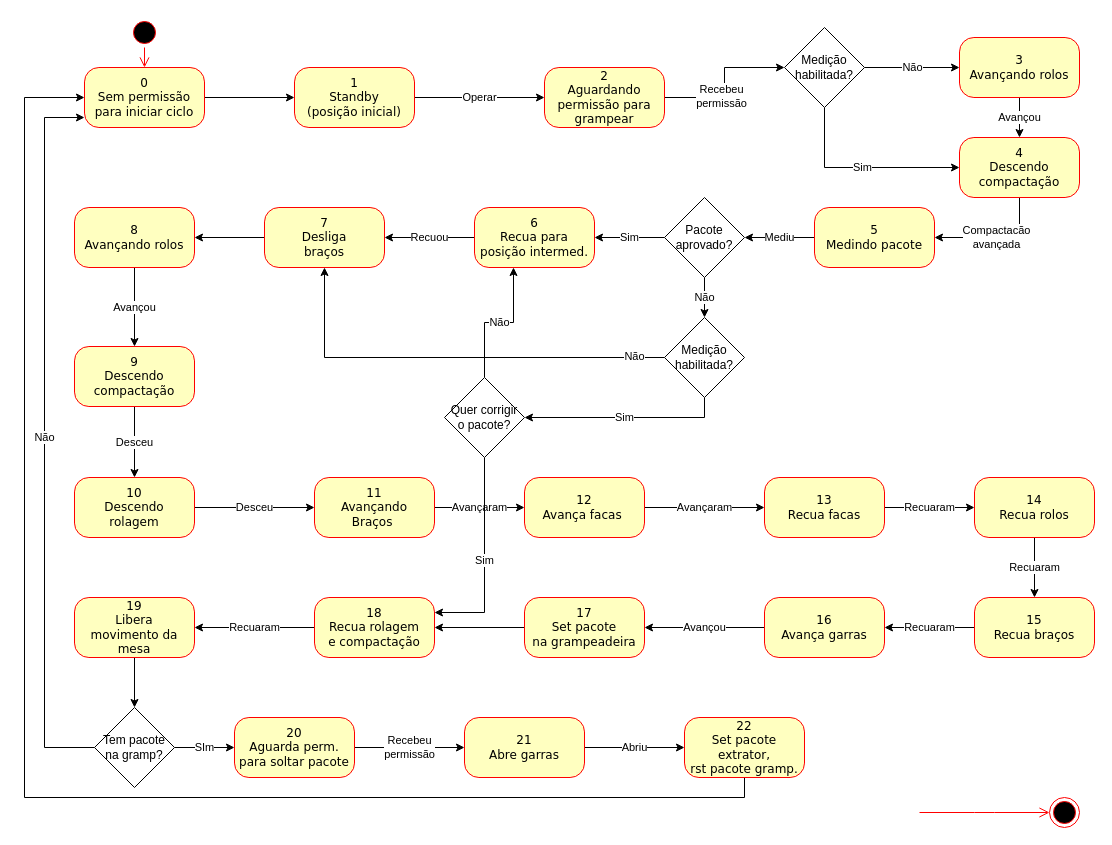
Earlier version of the draw.io diagram estadosGrampeadeira.drawio (JonanMuller/M04196N03_Grampeadeira). Source tidied: cells renumbered, new cells numbered last; positions are measured from the earlier drawing's top-left corner, leaving out a move shared by most shapes. Both pictures are drawn from the tidied source at 100%, with x=0, y=0 at pixel (24, 17).
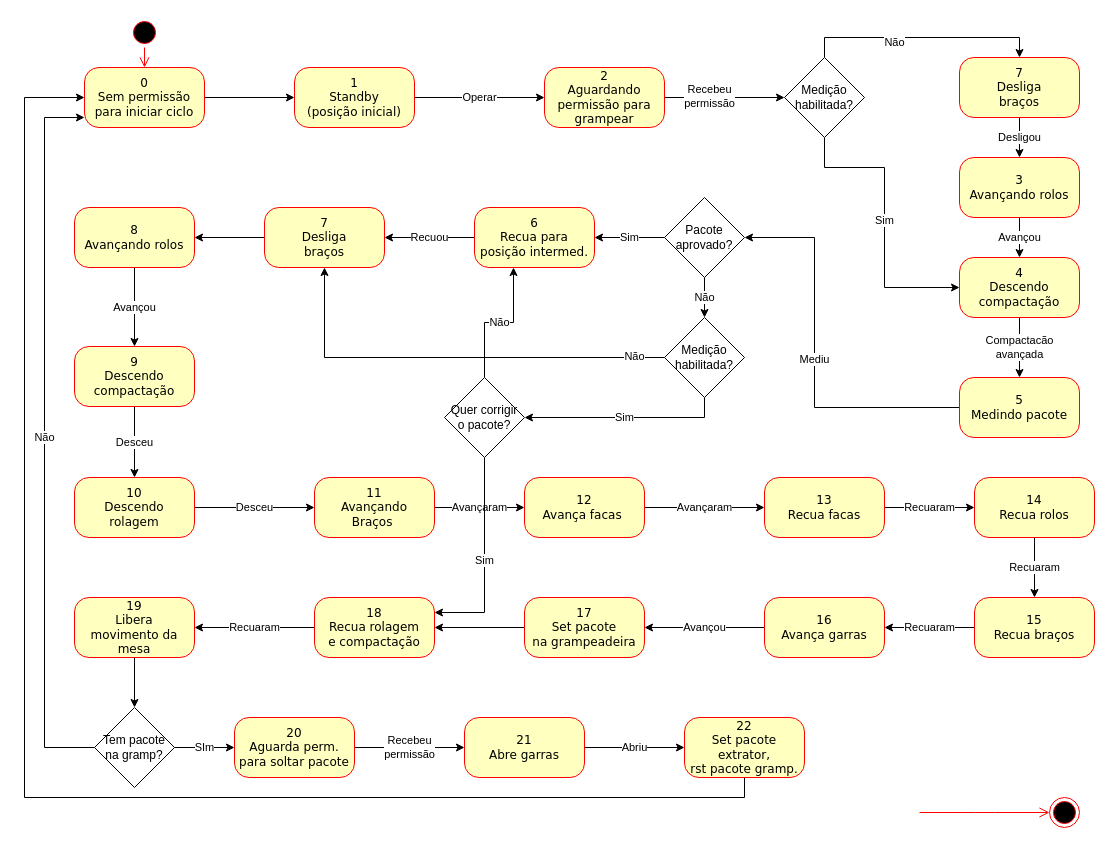
The same diagram, later.

Unchanged cells that the change refers to:
```xml
<mxCell id="25" value="Pacote&lt;br&gt;aprovado?" style="rhombus;whiteSpace=wrap;html=1;" parent="1" vertex="1">
  <mxGeometry x="640" y="180" width="80" height="80" as="geometry" />
</mxCell>
```

Diff of the diagram source:
```diff
@@
-    <mxCell id="8" value="Compactacão&lt;br&gt;avançada" style="edgeStyle=orthogonalEdgeStyle;rounded=0;jettySize=auto;html=1;exitX=0.5;exitY=1;exitDx=0;exitDy=0;entryX=1;entryY=0.5;entryDx=0;entryDy=0;" parent="1" edge="1" source="9" target="11">
+    <mxCell id="8" value="Compactacão&lt;br&gt;avançada" style="edgeStyle=orthogonalEdgeStyle;rounded=0;jettySize=auto;html=1;exitX=0.5;exitY=1;exitDx=0;exitDy=0;entryX=0.5;entryY=0;entryDx=0;entryDy=0;" parent="1" edge="1" source="9" target="11">
       <mxGeometry relative="1" as="geometry" />
     </mxCell>
     <mxCell id="9" value="4&lt;br&gt;Descendo&lt;br&gt;compactação" style="rounded=1;whiteSpace=wrap;html=1;arcSize=24;fillColor=#ffffc0;strokeColor=#ff0000;shadow=0;comic=0;labelBackgroundColor=none;fontFamily=Verdana;fontSize=12;fontColor=#000000;align=center;" parent="1" vertex="1">
-      <mxGeometry x="935" y="120" width="120" height="60" as="geometry" />
+      <mxGeometry x="935" y="240" width="120" height="60" as="geometry" />
     </mxCell>
     <mxCell id="10" value="Mediu" style="edgeStyle=orthogonalEdgeStyle;rounded=0;jettySize=auto;html=1;" parent="1" edge="1" source="11" target="25">
-      <mxGeometry relative="1" as="geometry" />
+      <mxGeometry relative="1" as="geometry">
+        <Array as="points">
+          <mxPoint x="790" y="390" />
+          <mxPoint x="790" y="220" />
+        </Array>
+      </mxGeometry>
     </mxCell>
     <mxCell id="11" value="5&lt;br&gt;Medindo pacote" style="rounded=1;whiteSpace=wrap;html=1;arcSize=24;fillColor=#ffffc0;strokeColor=#ff0000;shadow=0;comic=0;labelBackgroundColor=none;fontFamily=Verdana;fontSize=12;fontColor=#000000;align=center;" parent="1" vertex="1">
-      <mxGeometry x="790" y="190" width="120" height="60" as="geometry" />
+      <mxGeometry x="935" y="360" width="120" height="60" as="geometry" />
     </mxCell>
@@
     <mxCell id="22" value="3&lt;br&gt;Avançando rolos" style="rounded=1;whiteSpace=wrap;html=1;arcSize=24;fillColor=#ffffc0;strokeColor=#ff0000;shadow=0;comic=0;labelBackgroundColor=none;fontFamily=Verdana;fontSize=12;fontColor=#000000;align=center;" parent="1" vertex="1">
-      <mxGeometry x="935" y="20" width="120" height="60" as="geometry" />
+      <mxGeometry x="935" y="140" width="120" height="60" as="geometry" />
     </mxCell>
@@
+    <mxCell id="40" value="Sim" style="edgeStyle=orthogonalEdgeStyle;rounded=0;jettySize=auto;html=1;exitX=0.5;exitY=1;exitDx=0;exitDy=0;entryX=0;entryY=0.5;entryDx=0;entryDy=0;" parent="1" edge="1" source="41" target="9">
+      <mxGeometry relative="1" as="geometry">
+        <Array as="points">
+          <mxPoint x="800" y="150" />
+          <mxPoint x="860" y="150" />
+          <mxPoint x="860" y="270" />
+        </Array>
+      </mxGeometry>
+    </mxCell>
+    <mxCell id="69" style="edgeStyle=orthogonalEdgeStyle;rounded=0;jettySize=auto;html=1;exitX=0.5;exitY=0;exitDx=0;exitDy=0;entryX=0.5;entryY=0;entryDx=0;entryDy=0;" parent="1" edge="1" source="41" target="71">
+      <mxGeometry relative="1" as="geometry" />
+    </mxCell>
-    <mxCell id="39" value="Não" style="edgeStyle=orthogonalEdgeStyle;rounded=0;jettySize=auto;html=1;" parent="1" edge="1" source="41" target="22">
-      <mxGeometry relative="1" as="geometry" />
+    <mxCell id="39" value="Não" style="edgeLabel;html=1;align=center;verticalAlign=middle;" parent="69" vertex="1">
+      <mxGeometry x="-0.25" y="-4" relative="1" as="geometry">
+        <mxPoint x="1" as="offset" />
+      </mxGeometry>
     </mxCell>
-    <mxCell id="40" value="Sim" style="edgeStyle=orthogonalEdgeStyle;rounded=0;jettySize=auto;html=1;exitX=0.5;exitY=1;exitDx=0;exitDy=0;entryX=0;entryY=0.5;entryDx=0;entryDy=0;" parent="1" edge="1" source="41" target="9">
-      <mxGeometry relative="1" as="geometry" />
-    </mxCell>
     <mxCell id="41" value="Medição&lt;br&gt;habilitada?" style="rhombus;whiteSpace=wrap;html=1;" parent="1" vertex="1">
-      <mxGeometry x="760" y="10" width="80" height="80" as="geometry" />
+      <mxGeometry x="760" y="40" width="80" height="80" as="geometry" />
     </mxCell>
@@
+    <mxCell id="70" value="Desligou" style="edgeStyle=orthogonalEdgeStyle;rounded=0;jettySize=auto;html=1;" parent="1" edge="1" source="71" target="22">
+      <mxGeometry relative="1" as="geometry" />
+    </mxCell>
+    <mxCell id="71" value="7&lt;br&gt;Desliga&lt;br&gt;braços" style="rounded=1;whiteSpace=wrap;html=1;arcSize=24;fillColor=#ffffc0;strokeColor=#ff0000;shadow=0;comic=0;labelBackgroundColor=none;fontFamily=Verdana;fontSize=12;fontColor=#000000;align=center;" parent="1" vertex="1">
+      <mxGeometry x="935" y="40" width="120" height="60" as="geometry" />
+    </mxCell>
```
